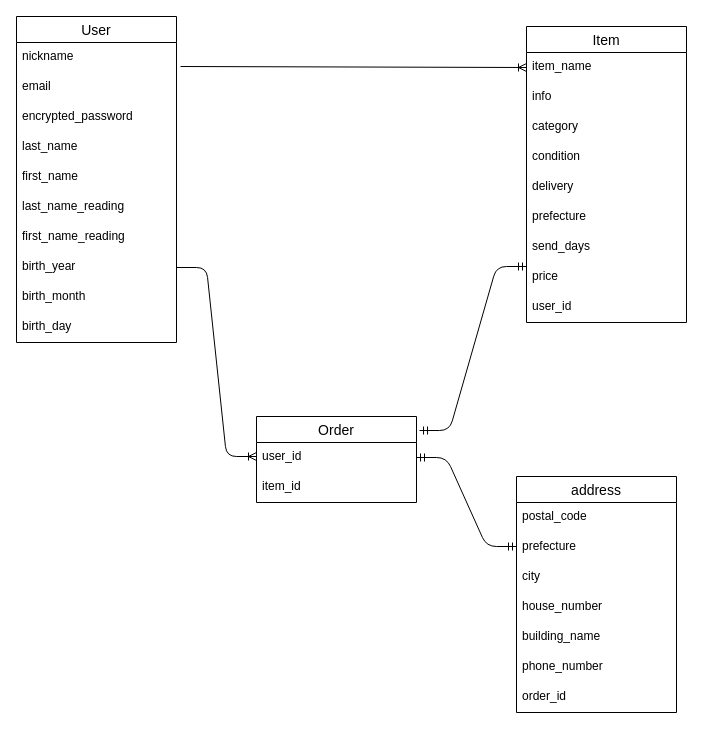
Before: ER.dio in AyumuKojima/furima-37277, a draw.io diagram. Source tidied: cells renumbered, new cells numbered last; positions are measured from the earlier drawing's top-left corner, leaving out a move shared by most shapes. Both pictures are drawn from the tidied source at 100%, with x=0, y=0 at pixel (16, 16).
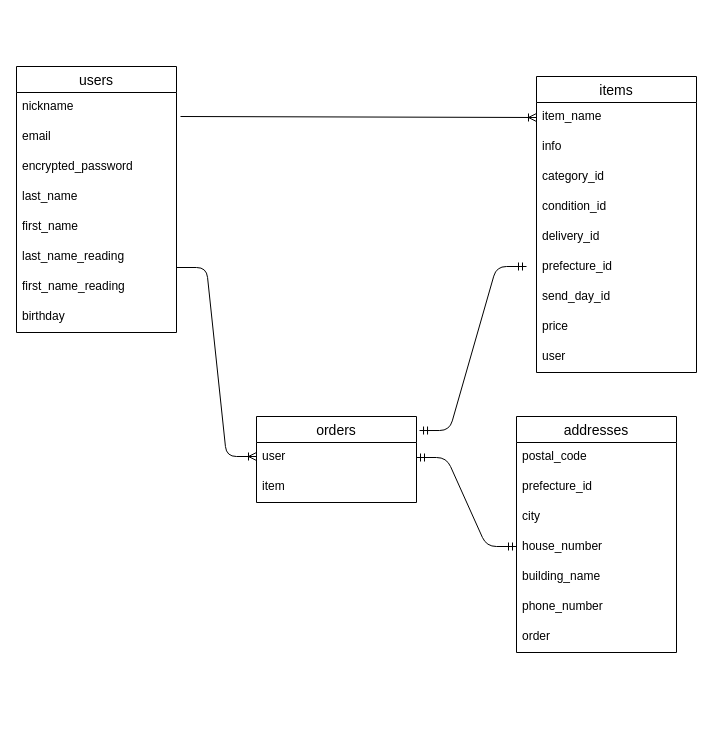
The same diagram, later.

The edit, as a diff of the source:
```diff
@@
-    <mxCell id="2" value="User" style="swimlane;fontStyle=0;horizontal=1;startSize=26;align=center;fontSize=14;" parent="1" vertex="1">
-      <mxGeometry width="160" height="326" as="geometry" />
+    <mxCell id="2" value="users" style="swimlane;fontStyle=0;horizontal=1;startSize=26;align=center;fontSize=14;" parent="1" vertex="1">
+      <mxGeometry y="50" width="160" height="266" as="geometry" />
     </mxCell>
@@
-    <mxCell id="10" value="birth_year" style="text;strokeColor=none;fillColor=none;spacingLeft=4;spacingRight=4;overflow=hidden;points=[[0,0.5],[1,0.5]];portConstraint=eastwest;fontSize=12;" parent="2" vertex="1">
-      <mxGeometry y="236" width="160" height="30" as="geometry" />
-    </mxCell>
-    <mxCell id="11" value="birth_month" style="text;strokeColor=none;fillColor=none;spacingLeft=4;spacingRight=4;overflow=hidden;fontSize=12;" parent="2" vertex="1">
-      <mxGeometry y="266" width="160" height="30" as="geometry" />
-    </mxCell>
-    <mxCell id="12" value="birth_day" style="text;strokeColor=none;fillColor=none;spacingLeft=4;spacingRight=4;overflow=hidden;fontSize=12;" parent="2" vertex="1">
-      <mxGeometry y="296" width="160" height="30" as="geometry" />
+    <mxCell id="12" value="birthday" style="text;strokeColor=none;fillColor=none;spacingLeft=4;spacingRight=4;overflow=hidden;fontSize=12;" parent="2" vertex="1">
+      <mxGeometry y="236" width="160" height="30" as="geometry" />
     </mxCell>
-    <mxCell id="13" value="Item" style="swimlane;fontStyle=0;horizontal=1;startSize=26;align=center;fontSize=14;" parent="1" vertex="1">
-      <mxGeometry x="510" y="10" width="160" height="296" as="geometry" />
+    <mxCell id="13" value="items" style="swimlane;fontStyle=0;horizontal=1;startSize=26;align=center;fontSize=14;" parent="1" vertex="1">
+      <mxGeometry x="520" y="60" width="160" height="296" as="geometry" />
     </mxCell>
@@
-    <mxCell id="16" value="category" style="text;strokeColor=none;fillColor=none;spacingLeft=4;spacingRight=4;overflow=hidden;fontSize=12;" parent="13" vertex="1">
+    <mxCell id="16" value="category_id" style="text;strokeColor=none;fillColor=none;spacingLeft=4;spacingRight=4;overflow=hidden;fontSize=12;" parent="13" vertex="1">
       <mxGeometry y="86" width="160" height="30" as="geometry" />
     </mxCell>
-    <mxCell id="17" value="condition" style="text;strokeColor=none;fillColor=none;spacingLeft=4;spacingRight=4;overflow=hidden;fontSize=12;" parent="13" vertex="1">
+    <mxCell id="17" value="condition_id" style="text;strokeColor=none;fillColor=none;spacingLeft=4;spacingRight=4;overflow=hidden;fontSize=12;" parent="13" vertex="1">
       <mxGeometry y="116" width="160" height="30" as="geometry" />
     </mxCell>
-    <mxCell id="18" value="delivery" style="text;strokeColor=none;fillColor=none;spacingLeft=4;spacingRight=4;overflow=hidden;fontSize=12;" parent="13" vertex="1">
+    <mxCell id="18" value="delivery_id" style="text;strokeColor=none;fillColor=none;spacingLeft=4;spacingRight=4;overflow=hidden;fontSize=12;" parent="13" vertex="1">
       <mxGeometry y="146" width="160" height="30" as="geometry" />
     </mxCell>
-    <mxCell id="19" value="prefecture" style="text;strokeColor=none;fillColor=none;spacingLeft=4;spacingRight=4;overflow=hidden;fontSize=12;" parent="13" vertex="1">
+    <mxCell id="19" value="prefecture_id" style="text;strokeColor=none;fillColor=none;spacingLeft=4;spacingRight=4;overflow=hidden;fontSize=12;" parent="13" vertex="1">
       <mxGeometry y="176" width="160" height="30" as="geometry" />
     </mxCell>
-    <mxCell id="20" value="send_days" style="text;strokeColor=none;fillColor=none;spacingLeft=4;spacingRight=4;overflow=hidden;fontSize=12;" parent="13" vertex="1">
+    <mxCell id="20" value="send_day_id" style="text;strokeColor=none;fillColor=none;spacingLeft=4;spacingRight=4;overflow=hidden;fontSize=12;" parent="13" vertex="1">
       <mxGeometry y="206" width="160" height="30" as="geometry" />
     </mxCell>
@@
-    <mxCell id="22" value="user_id" style="text;strokeColor=none;fillColor=none;spacingLeft=4;spacingRight=4;overflow=hidden;fontSize=12;" parent="13" vertex="1">
+    <mxCell id="22" value="user" style="text;strokeColor=none;fillColor=none;spacingLeft=4;spacingRight=4;overflow=hidden;fontSize=12;" parent="13" vertex="1">
       <mxGeometry y="266" width="160" height="30" as="geometry" />
     </mxCell>
-    <mxCell id="23" value="Order" style="swimlane;fontStyle=0;horizontal=1;startSize=26;align=center;fontSize=14;" parent="1" vertex="1">
+    <mxCell id="23" value="orders" style="swimlane;fontStyle=0;horizontal=1;startSize=26;align=center;fontSize=14;" parent="1" vertex="1">
       <mxGeometry x="240" y="400" width="160" height="86" as="geometry" />
     </mxCell>
-    <mxCell id="24" value="user_id" style="text;strokeColor=none;fillColor=none;spacingLeft=4;spacingRight=4;overflow=hidden;points=[[0,0.5],[1,0.5]];portConstraint=eastwest;fontSize=12;" parent="23" vertex="1">
+    <mxCell id="24" value="user" style="text;strokeColor=none;fillColor=none;spacingLeft=4;spacingRight=4;overflow=hidden;points=[[0,0.5],[1,0.5]];portConstraint=eastwest;fontSize=12;" parent="23" vertex="1">
       <mxGeometry y="26" width="160" height="30" as="geometry" />
     </mxCell>
-    <mxCell id="25" value="item_id" style="text;strokeColor=none;fillColor=none;spacingLeft=4;spacingRight=4;overflow=hidden;fontSize=12;" parent="23" vertex="1">
+    <mxCell id="25" value="item" style="text;strokeColor=none;fillColor=none;spacingLeft=4;spacingRight=4;overflow=hidden;fontSize=12;" parent="23" vertex="1">
       <mxGeometry y="56" width="160" height="30" as="geometry" />
     </mxCell>
-    <mxCell id="26" value="address" style="swimlane;fontStyle=0;horizontal=1;startSize=26;align=center;fontSize=14;" parent="1" vertex="1">
-      <mxGeometry x="500" y="460" width="160" height="236" as="geometry" />
+    <mxCell id="26" value="addresses" style="swimlane;fontStyle=0;horizontal=1;startSize=26;align=center;fontSize=14;" parent="1" vertex="1">
+      <mxGeometry x="500" y="400" width="160" height="236" as="geometry" />
     </mxCell>
@@
-    <mxCell id="28" value="prefecture" style="text;strokeColor=none;fillColor=none;spacingLeft=4;spacingRight=4;overflow=hidden;fontSize=12;" parent="26" vertex="1">
+    <mxCell id="28" value="prefecture_id" style="text;strokeColor=none;fillColor=none;spacingLeft=4;spacingRight=4;overflow=hidden;fontSize=12;" parent="26" vertex="1">
       <mxGeometry y="56" width="160" height="30" as="geometry" />
     </mxCell>
@@
-    <mxCell id="33" value="order_id" style="text;strokeColor=none;fillColor=none;spacingLeft=4;spacingRight=4;overflow=hidden;fontSize=12;" parent="26" vertex="1">
+    <mxCell id="33" value="order" style="text;strokeColor=none;fillColor=none;spacingLeft=4;spacingRight=4;overflow=hidden;fontSize=12;" parent="26" vertex="1">
       <mxGeometry y="206" width="160" height="30" as="geometry" />
     </mxCell>
@@
-    <mxCell id="35" style="edgeStyle=entityRelationEdgeStyle;fontSize=12;html=1;endArrow=ERoneToMany;exitX=1;exitY=0.5;exitDx=0;exitDy=0;" parent="1" edge="1" source="10">
+    <mxCell id="35" style="edgeStyle=entityRelationEdgeStyle;fontSize=12;html=1;endArrow=ERoneToMany;exitX=1;exitY=0.5;exitDx=0;exitDy=0;" parent="1" edge="1">
       <mxGeometry relative="1" as="geometry">
+        <mxPoint x="160" y="251" as="sourcePoint" />
         <mxPoint x="240" y="440" as="targetPoint" />
       </mxGeometry>
     </mxCell>
```
